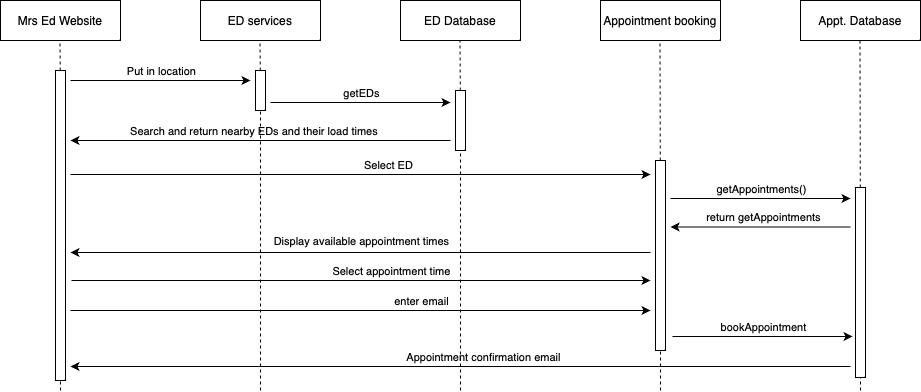
The draw.io diagram diagrams/UC5_sequence_diagram.drawio.png in uvic-teach/project-m1-team6, before a commit. Source tidied: cells renumbered, new cells last; positions are measured from the earlier drawing's top-left corner, leaving out a move shared by most shapes.
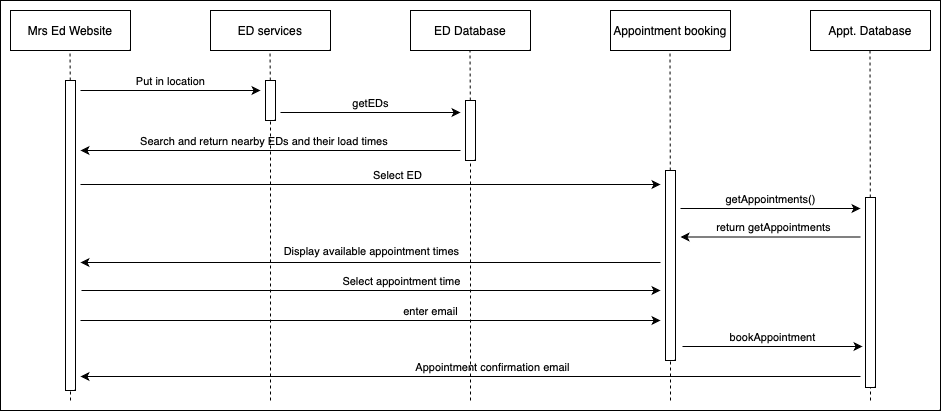
Above is the later version.

What changed in the source:
```diff
@@ -209,5 +209,8 @@
     <mxCell id="44" style="rounded=0;whiteSpace=wrap;html=1;" parent="1" vertex="1">
       <mxGeometry x="855" y="187" width="10" height="190" as="geometry" />
     </mxCell>
+    <mxCell id="45" style="rounded=0;whiteSpace=wrap;html=1;fillColor=none;" parent="1" vertex="1">
+      <mxGeometry x="-10" y="-10" width="940" height="410" as="geometry" />
+    </mxCell>
   </root>
 </mxGraphModel>
```
